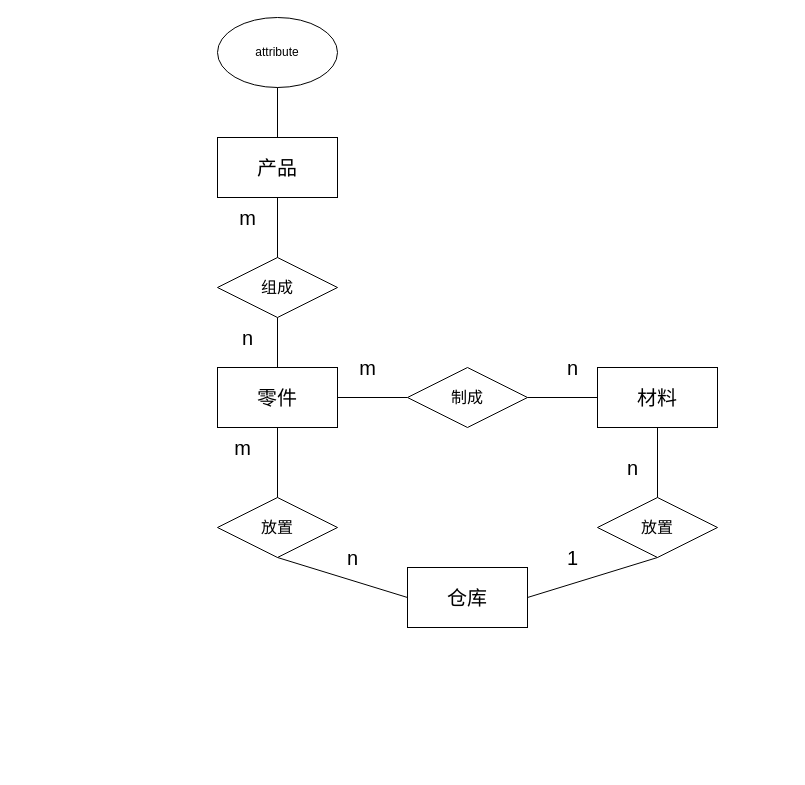
Earlier version of the draw.io diagram hw5.drawio (lar0129/Database_2023nju). Source tidied: cells renumbered, new cells numbered last; positions are measured from the earlier drawing's top-left corner, leaving out a move shared by most shapes. Both pictures are drawn from the tidied source at 100%, with x=0, y=0 at pixel (217, 17).
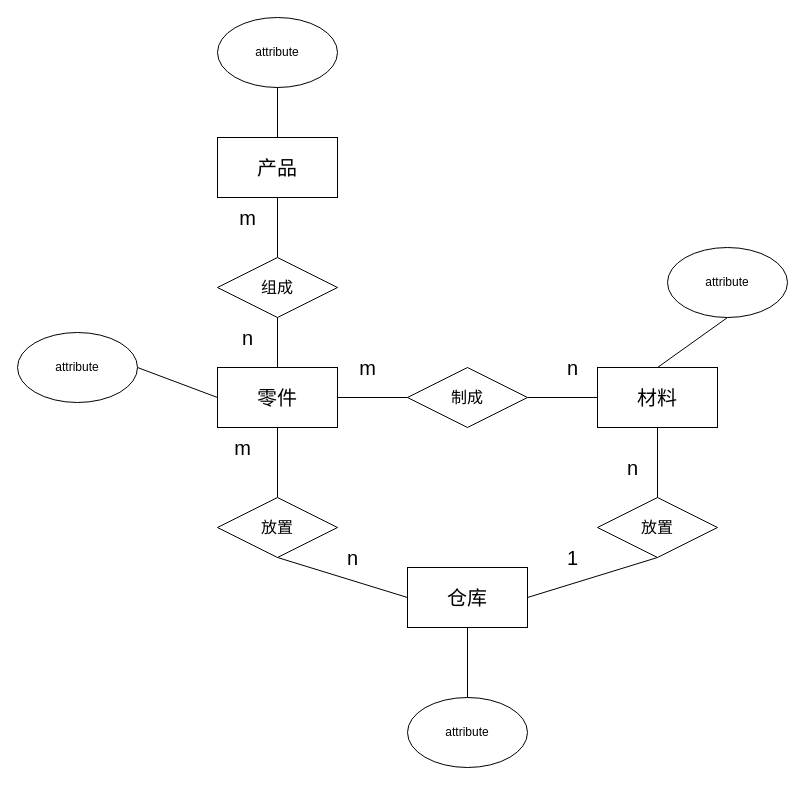
Above is the later version.

Unchanged cells that the change refers to:
```xml
<mxCell id="5" value="&lt;font style=&quot;font-size: 20px;&quot;&gt;零件&lt;/font&gt;" style="rounded=0;whiteSpace=wrap;html=1;fontSize=20;" parent="1" vertex="1">
  <mxGeometry y="350" width="120" height="60" as="geometry" />
</mxCell>
<mxCell id="9" value="材料" style="rounded=0;whiteSpace=wrap;html=1;fontSize=20;" parent="1" vertex="1">
  <mxGeometry x="380" y="350" width="120" height="60" as="geometry" />
</mxCell>
<mxCell id="18" value="&lt;font style=&quot;font-size: 20px;&quot;&gt;仓库&lt;/font&gt;" style="rounded=0;whiteSpace=wrap;html=1;fontSize=20;" parent="1" vertex="1">
  <mxGeometry x="190" y="550" width="120" height="60" as="geometry" />
</mxCell>
```

Change to the diagram source:
```diff
@@
+    <mxCell id="28" value="attribute" style="ellipse;whiteSpace=wrap;html=1;" parent="1" vertex="1">
+      <mxGeometry x="-200" y="315" width="120" height="70" as="geometry" />
+    </mxCell>
+    <mxCell id="29" value="attribute" style="ellipse;whiteSpace=wrap;html=1;" parent="1" vertex="1">
+      <mxGeometry x="450" y="230" width="120" height="70" as="geometry" />
+    </mxCell>
+    <mxCell id="30" value="attribute" style="ellipse;whiteSpace=wrap;html=1;" parent="1" vertex="1">
+      <mxGeometry x="190" y="680" width="120" height="70" as="geometry" />
+    </mxCell>
+    <mxCell id="31" style="endArrow=none;html=1;rounded=0;entryX=0;entryY=0.5;entryDx=0;entryDy=0;exitX=1;exitY=0.5;exitDx=0;exitDy=0;" parent="1" edge="1" source="28" target="5">
+      <mxGeometry relative="1" as="geometry" />
+    </mxCell>
+    <mxCell id="32" style="endArrow=none;html=1;rounded=0;entryX=0.5;entryY=0;entryDx=0;entryDy=0;exitX=0.5;exitY=1;exitDx=0;exitDy=0;" parent="1" edge="1" source="18" target="30">
+      <mxGeometry relative="1" as="geometry" />
+    </mxCell>
+    <mxCell id="33" style="endArrow=none;html=1;rounded=0;exitX=0.5;exitY=1;exitDx=0;exitDy=0;entryX=0.5;entryY=0;entryDx=0;entryDy=0;" parent="1" edge="1" source="29" target="9">
+      <mxGeometry relative="1" as="geometry" />
+    </mxCell>
```
